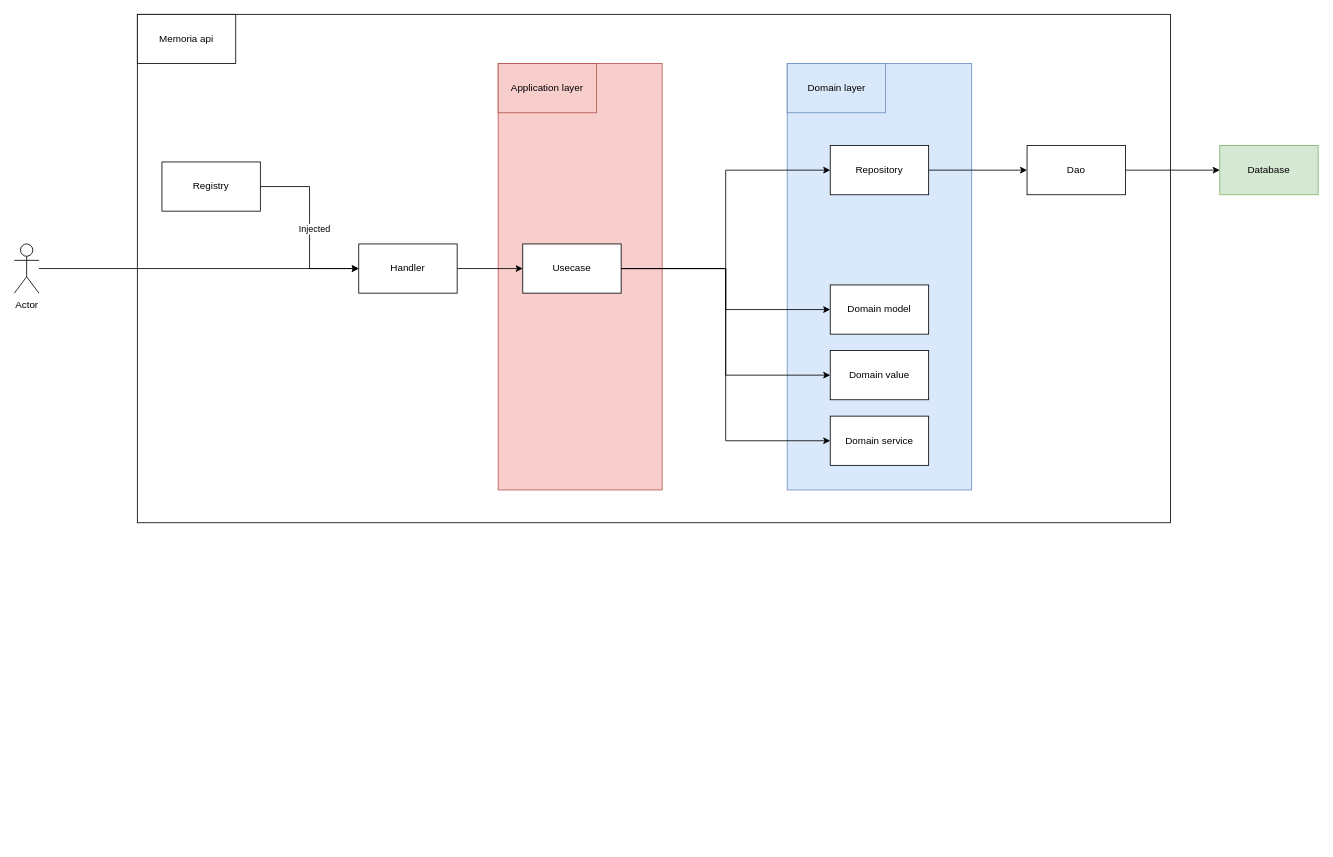
Before: page "Backend architecture" (3 of 5) of docs/memoria.drawio in eiji03aero/memoria, a draw.io diagram. Source tidied: cells renumbered, new cells numbered last; positions are measured from the earlier drawing's top-left corner, leaving out a move shared by most shapes. Both pictures are drawn from the tidied source at 82%, with x=0, y=0 at pixel (14, 14).
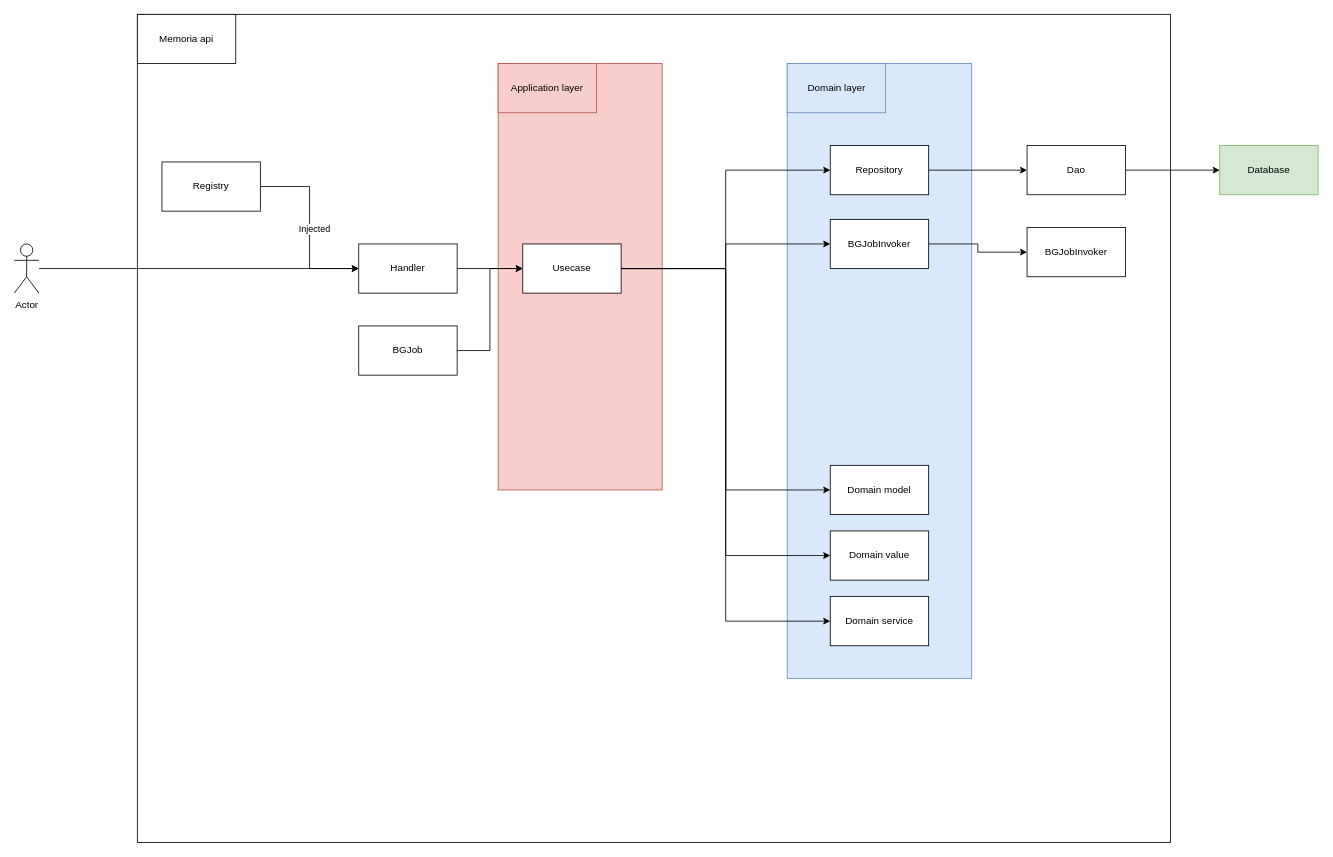
After the change.

The change refers to these unchanged cells:
```xml
<mxCell id="21" value="Usecase" style="rounded=0;whiteSpace=wrap;html=1;" parent="1" vertex="1">
  <mxGeometry x="620" y="280" width="120" height="60" as="geometry" />
</mxCell>
```

The edit, as a diff of the source:
```diff
@@
     <mxCell id="2" style="rounded=0;whiteSpace=wrap;html=1;" parent="1" vertex="1">
-      <mxGeometry x="150" width="1260" height="620" as="geometry" />
+      <mxGeometry x="150" width="1260" height="1010" as="geometry" />
     </mxCell>
@@
     <mxCell id="4" style="rounded=0;whiteSpace=wrap;html=1;fillColor=#dae8fc;strokeColor=#6c8ebf;" parent="1" vertex="1">
-      <mxGeometry x="942.5" y="60" width="225" height="520" as="geometry" />
+      <mxGeometry x="942.5" y="60" width="225" height="750" as="geometry" />
     </mxCell>
@@
     <mxCell id="9" value="Domain model" style="rounded=0;whiteSpace=wrap;html=1;" parent="1" vertex="1">
-      <mxGeometry x="995" y="330" width="120" height="60" as="geometry" />
+      <mxGeometry x="995" y="550" width="120" height="60" as="geometry" />
     </mxCell>
@@
+    <mxCell id="28" style="edgeStyle=orthogonalEdgeStyle;rounded=0;jettySize=auto;html=1;entryX=0;entryY=0.5;entryDx=0;entryDy=0;" parent="1" edge="1" source="21" target="30">
+      <mxGeometry relative="1" as="geometry" />
+    </mxCell>
@@
     <mxCell id="22" value="Domain value" style="rounded=0;whiteSpace=wrap;html=1;" parent="1" vertex="1">
-      <mxGeometry x="995" y="410" width="120" height="60" as="geometry" />
+      <mxGeometry x="995" y="630" width="120" height="60" as="geometry" />
     </mxCell>
     <mxCell id="23" value="Domain service" style="rounded=0;whiteSpace=wrap;html=1;" parent="1" vertex="1">
-      <mxGeometry x="995" y="490" width="120" height="60" as="geometry" />
+      <mxGeometry x="995" y="710" width="120" height="60" as="geometry" />
     </mxCell>
@@
+    <mxCell id="29" style="edgeStyle=orthogonalEdgeStyle;rounded=0;jettySize=auto;html=1;entryX=0;entryY=0.5;entryDx=0;entryDy=0;" parent="1" edge="1" source="30" target="31">
+      <mxGeometry relative="1" as="geometry" />
+    </mxCell>
+    <mxCell id="30" value="BGJobInvoker" style="rounded=0;whiteSpace=wrap;html=1;" parent="1" vertex="1">
+      <mxGeometry x="995" y="250" width="120" height="60" as="geometry" />
+    </mxCell>
+    <mxCell id="31" value="BGJobInvoker" style="rounded=0;whiteSpace=wrap;html=1;" parent="1" vertex="1">
+      <mxGeometry x="1235" y="260" width="120" height="60" as="geometry" />
+    </mxCell>
+    <mxCell id="32" style="edgeStyle=orthogonalEdgeStyle;rounded=0;jettySize=auto;html=1;entryX=0;entryY=0.5;entryDx=0;entryDy=0;" parent="1" edge="1" source="33" target="21">
+      <mxGeometry relative="1" as="geometry" />
+    </mxCell>
+    <mxCell id="33" value="BGJob" style="rounded=0;whiteSpace=wrap;html=1;" parent="1" vertex="1">
+      <mxGeometry x="420" y="380" width="120" height="60" as="geometry" />
+    </mxCell>
```
